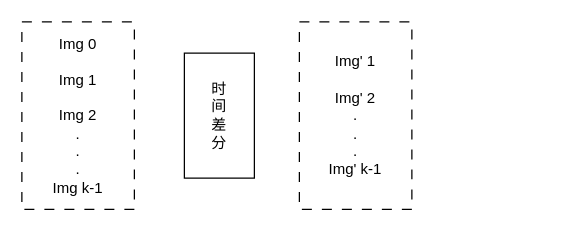
The draw.io diagram 原始算法流程.drawio in jkersmith/reimagined-doodle, before the edit. Source tidied: cells renumbered, new cells numbered last; positions are measured from the earlier drawing's top-left corner, leaving out a move shared by most shapes. Both pictures are drawn from the tidied source at 125%, with x=0, y=0 at pixel (21, 21).
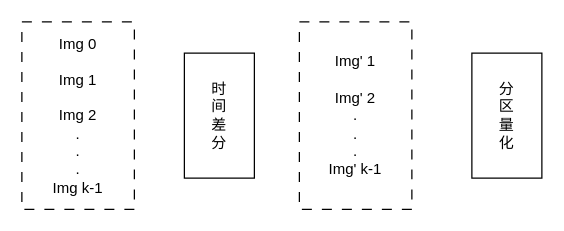
After the change.

Commit message (it also covers changes not shown here):
更新原始算法流程.drawio

Diff of the diagram source:
```diff
@@
 <mxGraphModel>
   <root>
     <mxCell id="0" />
     <mxCell id="1" parent="0" />
     <mxCell id="2" value="Img 0&lt;br&gt;&lt;br&gt;Img 1&lt;br&gt;&lt;br&gt;Img 2&lt;br&gt;.&lt;br&gt;.&lt;br&gt;.&lt;br&gt;Img k-1" style="rounded=0;whiteSpace=wrap;html=1;dashed=1;dashPattern=8 8;" parent="1" vertex="1">
       <mxGeometry width="90" height="150" as="geometry" />
     </mxCell>
     <mxCell id="3" value="时&lt;br&gt;间&lt;br&gt;差&lt;br&gt;分" style="rounded=0;whiteSpace=wrap;html=1;" parent="1" vertex="1">
       <mxGeometry x="130" y="25" width="56" height="100" as="geometry" />
     </mxCell>
     <mxCell id="4" value="Img' 1&lt;br&gt;&lt;br&gt;Img' 2&lt;br&gt;.&lt;br&gt;.&lt;br&gt;.&lt;br&gt;Img' k-1" style="rounded=0;whiteSpace=wrap;html=1;dashed=1;dashPattern=8 8;" parent="1" vertex="1">
       <mxGeometry x="222" width="90" height="150" as="geometry" />
     </mxCell>
+    <mxCell id="5" value="分&lt;br&gt;区&lt;br&gt;量&lt;br&gt;化" style="rounded=0;whiteSpace=wrap;html=1;" parent="1" vertex="1">
+      <mxGeometry x="360" y="25" width="56" height="100" as="geometry" />
+    </mxCell>
   </root>
 </mxGraphModel>
```
